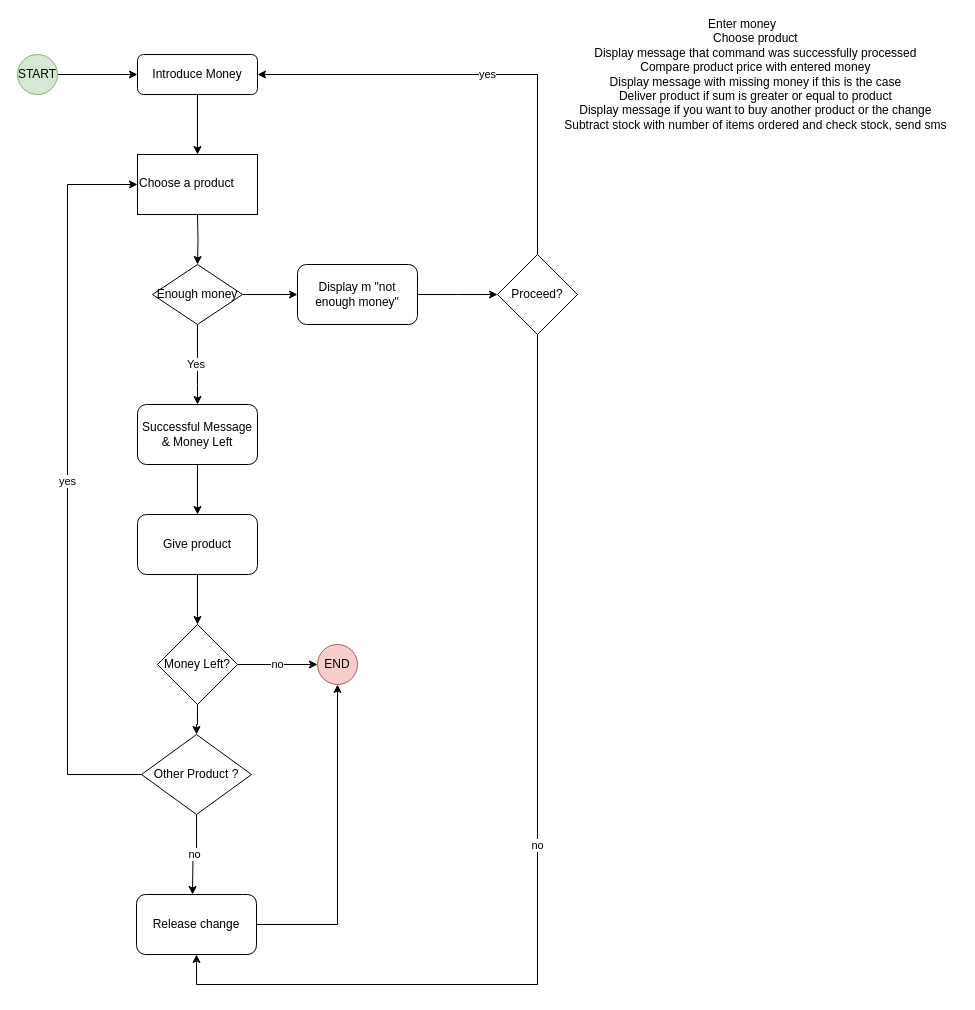
Earlier version of the draw.io diagram FlowDiagram/VendigMachine.drawio (gabrieltudorica/Mob1). Source tidied: cells renumbered, new cells numbered last; positions are measured from the earlier drawing's top-left corner, leaving out a move shared by most shapes. Both pictures are drawn from the tidied source at 100%, with x=0, y=0 at pixel (17, 19).
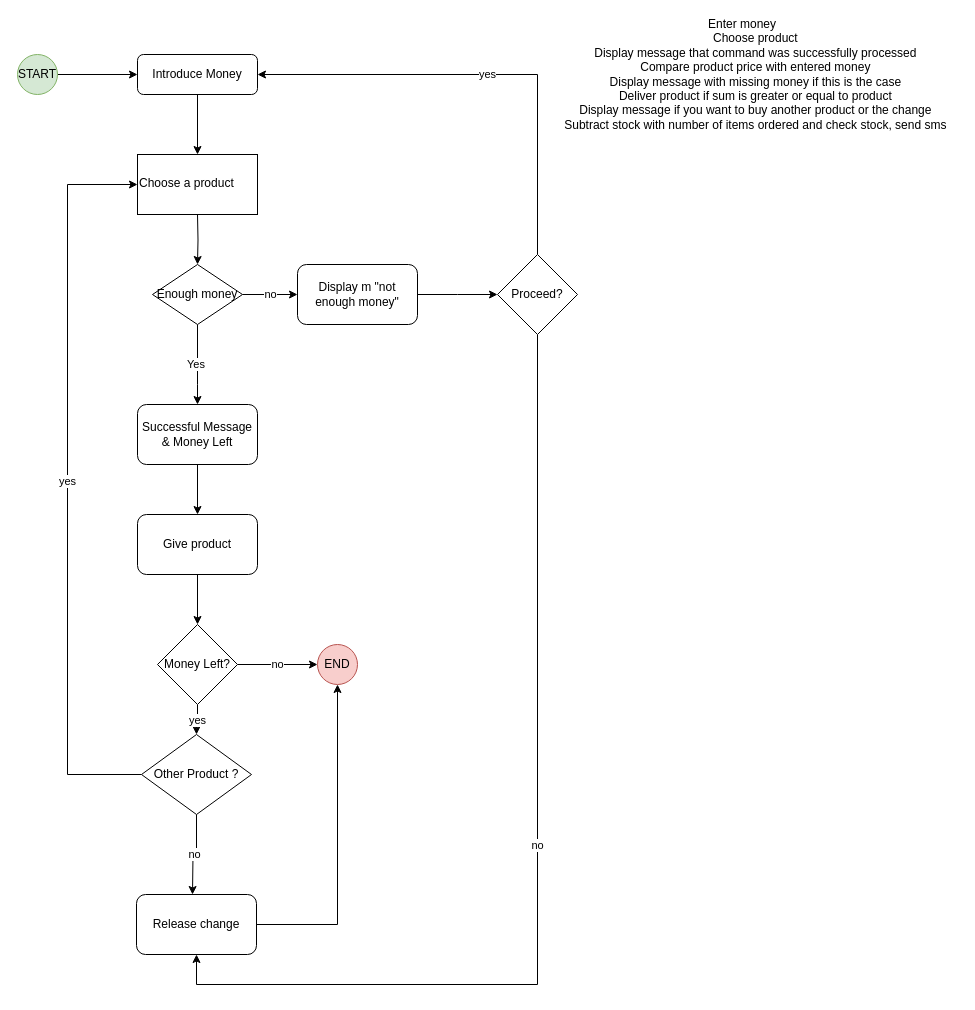
The same page after the edit.

The change refers to these unchanged cells:
```xml
<mxCell id="10" value="Enough money" style="rhombus;whiteSpace=wrap;html=1;" parent="1" vertex="1">
  <mxGeometry x="135" y="245" width="90" height="60" as="geometry" />
</mxCell>
<mxCell id="15" value="Money Left?" style="rhombus;whiteSpace=wrap;html=1;" parent="1" vertex="1">
  <mxGeometry x="140" y="605" width="80" height="80" as="geometry" />
</mxCell>
<mxCell id="18" value="Other Product ?" style="rhombus;whiteSpace=wrap;html=1;" parent="1" vertex="1">
  <mxGeometry x="124" y="715" width="110" height="80" as="geometry" />
</mxCell>
<mxCell id="22" value="Display m &quot;not enough money&quot;" style="rounded=1;whiteSpace=wrap;html=1;" parent="1" vertex="1">
  <mxGeometry x="280" y="245" width="120" height="60" as="geometry" />
</mxCell>
```

Diff of the diagram source:
```diff
@@
-    <mxCell id="9" style="edgeStyle=orthogonalEdgeStyle;rounded=0;jettySize=auto;html=1;" parent="1" edge="1" source="10" target="22">
+    <mxCell id="9" value="no" style="edgeStyle=orthogonalEdgeStyle;rounded=0;jettySize=auto;html=1;" parent="1" edge="1" source="10" target="22">
       <mxGeometry relative="1" as="geometry" />
     </mxCell>
@@
-    <mxCell id="13" style="edgeStyle=orthogonalEdgeStyle;rounded=0;jettySize=auto;html=1;" parent="1" edge="1" source="15" target="18">
+    <mxCell id="13" value="yes" style="edgeStyle=orthogonalEdgeStyle;rounded=0;jettySize=auto;html=1;" parent="1" edge="1" source="15" target="18">
       <mxGeometry relative="1" as="geometry" />
     </mxCell>
```
